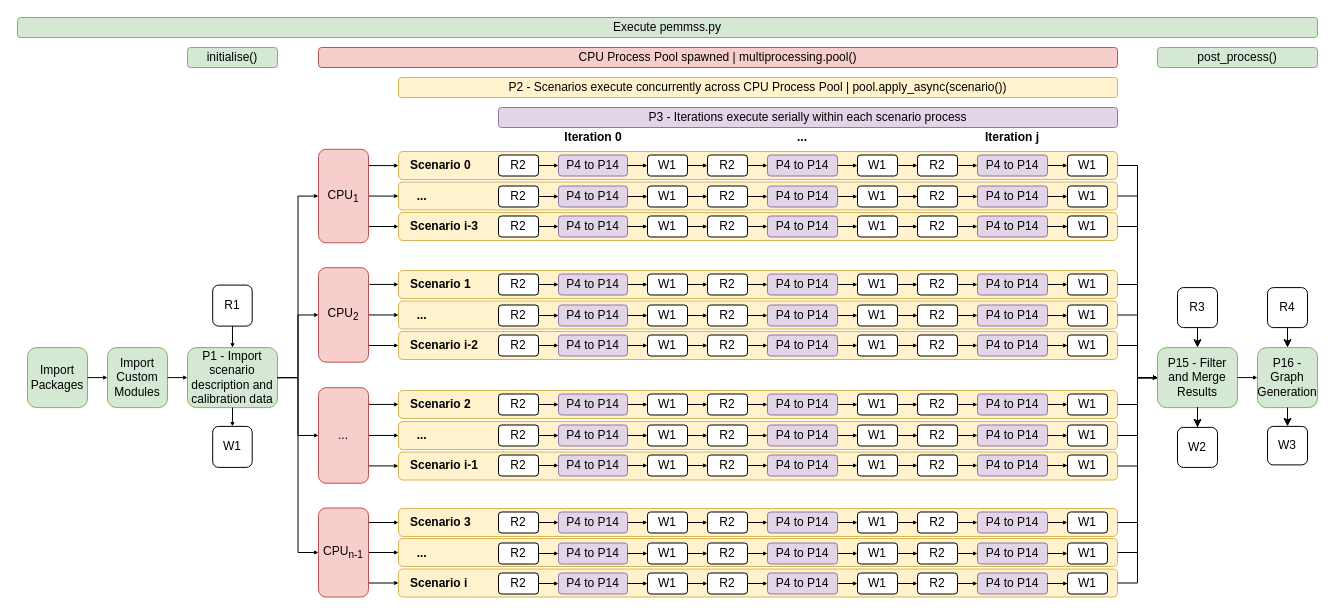
Above: page "Execution" (2 of 2) of documentation/PEMMSS_flowcharts.drawio in sanorthey/pemmss (draw.io), before the change. Source tidied: cells renumbered, new cells numbered last; positions are measured from the earlier drawing's top-left corner, leaving out a move shared by most shapes. Both pictures are drawn from the tidied source at 100%, with x=0, y=0 at pixel (17, 17).
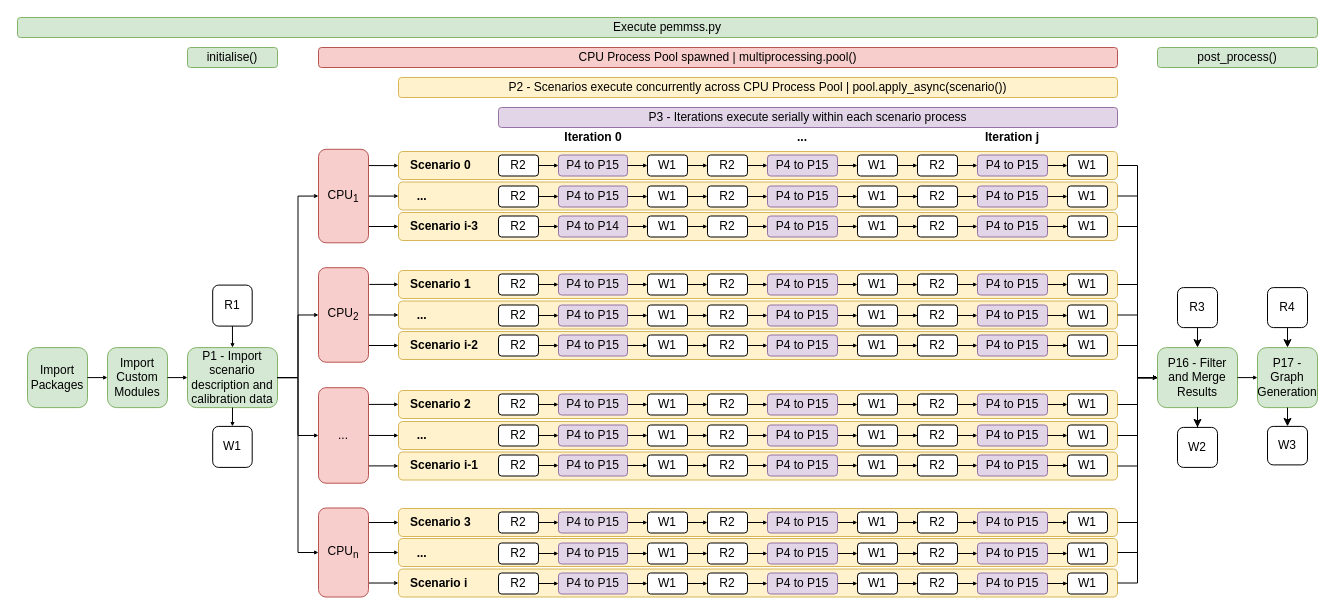
The same page after the edit.

Unchanged cells that the change refers to:
```xml
<mxCell id="55" style="group;" parent="54" vertex="1">
  <mxGeometry width="69" height="21" as="geometry" />
</mxCell>
```

Change to the diagram source:
```diff
@@
-    <mxCell id="37" value="CPU&lt;sub&gt;n-1&lt;/sub&gt;" style="rounded=1;whiteSpace=wrap;html=1;fontSize=12;glass=0;strokeWidth=1;shadow=0;fillColor=#f8cecc;strokeColor=#b85450;" parent="1" vertex="1">
+    <mxCell id="37" value="CPU&lt;sub&gt;n&lt;/sub&gt;" style="rounded=1;whiteSpace=wrap;html=1;fontSize=12;glass=0;strokeWidth=1;shadow=0;fillColor=#f8cecc;strokeColor=#b85450;" parent="1" vertex="1">
       <mxGeometry x="301" y="490.5" width="50" height="89" as="geometry" />
     </mxCell>
@@
-    <mxCell id="56" value="P4 to P14" style="rounded=1;whiteSpace=wrap;html=1;fontSize=12;glass=0;strokeWidth=1;shadow=0;fillColor=#e1d5e7;strokeColor=#9673a6;" parent="55" vertex="1">
+    <mxCell id="56" value="P4 to P15" style="rounded=1;whiteSpace=wrap;html=1;fontSize=12;glass=0;strokeWidth=1;shadow=0;fillColor=#e1d5e7;strokeColor=#9673a6;" parent="55" vertex="1">
       <mxGeometry width="69" height="21" as="geometry" />
     </mxCell>
@@
-    <mxCell id="58" value="P4 to P14" style="rounded=1;whiteSpace=wrap;html=1;fontSize=12;glass=0;strokeWidth=1;shadow=0;fillColor=#e1d5e7;strokeColor=#9673a6;" parent="1" vertex="1">
+    <mxCell id="58" value="P4 to P15" style="rounded=1;whiteSpace=wrap;html=1;fontSize=12;glass=0;strokeWidth=1;shadow=0;fillColor=#e1d5e7;strokeColor=#9673a6;" parent="1" vertex="1">
       <mxGeometry x="541" y="168.5" width="69" height="21" as="geometry" />
     </mxCell>
@@
-    <mxCell id="91" value="P4 to P14" style="rounded=1;whiteSpace=wrap;html=1;fontSize=12;glass=0;strokeWidth=1;shadow=0;fillColor=#e1d5e7;strokeColor=#9673a6;" parent="1" vertex="1">
+    <mxCell id="91" value="P4 to P15" style="rounded=1;whiteSpace=wrap;html=1;fontSize=12;glass=0;strokeWidth=1;shadow=0;fillColor=#e1d5e7;strokeColor=#9673a6;" parent="1" vertex="1">
       <mxGeometry x="960" y="198.5" width="70" height="21" as="geometry" />
     </mxCell>
-    <mxCell id="92" value="P4 to P14" style="rounded=1;whiteSpace=wrap;html=1;fontSize=12;glass=0;strokeWidth=1;shadow=0;fillColor=#e1d5e7;strokeColor=#9673a6;" parent="1" vertex="1">
+    <mxCell id="92" value="P4 to P15" style="rounded=1;whiteSpace=wrap;html=1;fontSize=12;glass=0;strokeWidth=1;shadow=0;fillColor=#e1d5e7;strokeColor=#9673a6;" parent="1" vertex="1">
       <mxGeometry x="960" y="168.5" width="70" height="21" as="geometry" />
     </mxCell>
@@
-    <mxCell id="123" value="P4 to P14" style="rounded=1;whiteSpace=wrap;html=1;fontSize=12;glass=0;strokeWidth=1;shadow=0;fillColor=#e1d5e7;strokeColor=#9673a6;" parent="1" vertex="1">
+    <mxCell id="123" value="P4 to P15" style="rounded=1;whiteSpace=wrap;html=1;fontSize=12;glass=0;strokeWidth=1;shadow=0;fillColor=#e1d5e7;strokeColor=#9673a6;" parent="1" vertex="1">
       <mxGeometry x="750" y="198.5" width="70" height="21" as="geometry" />
     </mxCell>
-    <mxCell id="124" value="P4 to P14" style="rounded=1;whiteSpace=wrap;html=1;fontSize=12;glass=0;strokeWidth=1;shadow=0;fillColor=#e1d5e7;strokeColor=#9673a6;" parent="1" vertex="1">
+    <mxCell id="124" value="P4 to P15" style="rounded=1;whiteSpace=wrap;html=1;fontSize=12;glass=0;strokeWidth=1;shadow=0;fillColor=#e1d5e7;strokeColor=#9673a6;" parent="1" vertex="1">
       <mxGeometry x="750" y="168.5" width="70" height="21" as="geometry" />
     </mxCell>
-    <mxCell id="125" value="P4 to P14" style="rounded=1;whiteSpace=wrap;html=1;fontSize=12;glass=0;strokeWidth=1;shadow=0;fillColor=#e1d5e7;strokeColor=#9673a6;" parent="1" vertex="1">
+    <mxCell id="125" value="P4 to P15" style="rounded=1;whiteSpace=wrap;html=1;fontSize=12;glass=0;strokeWidth=1;shadow=0;fillColor=#e1d5e7;strokeColor=#9673a6;" parent="1" vertex="1">
       <mxGeometry x="541" y="317.5" width="69" height="21" as="geometry" />
     </mxCell>
-    <mxCell id="126" value="P4 to P14" style="rounded=1;whiteSpace=wrap;html=1;fontSize=12;glass=0;strokeWidth=1;shadow=0;fillColor=#e1d5e7;strokeColor=#9673a6;" parent="1" vertex="1">
+    <mxCell id="126" value="P4 to P15" style="rounded=1;whiteSpace=wrap;html=1;fontSize=12;glass=0;strokeWidth=1;shadow=0;fillColor=#e1d5e7;strokeColor=#9673a6;" parent="1" vertex="1">
       <mxGeometry x="541" y="287.5" width="69" height="21" as="geometry" />
     </mxCell>
@@
-    <mxCell id="157" value="P4 to P14" style="rounded=1;whiteSpace=wrap;html=1;fontSize=12;glass=0;strokeWidth=1;shadow=0;fillColor=#e1d5e7;strokeColor=#9673a6;" parent="1" vertex="1">
+    <mxCell id="157" value="P4 to P15" style="rounded=1;whiteSpace=wrap;html=1;fontSize=12;glass=0;strokeWidth=1;shadow=0;fillColor=#e1d5e7;strokeColor=#9673a6;" parent="1" vertex="1">
       <mxGeometry x="960" y="317.5" width="70" height="21" as="geometry" />
     </mxCell>
-    <mxCell id="158" value="P4 to P14" style="rounded=1;whiteSpace=wrap;html=1;fontSize=12;glass=0;strokeWidth=1;shadow=0;fillColor=#e1d5e7;strokeColor=#9673a6;" parent="1" vertex="1">
+    <mxCell id="158" value="P4 to P15" style="rounded=1;whiteSpace=wrap;html=1;fontSize=12;glass=0;strokeWidth=1;shadow=0;fillColor=#e1d5e7;strokeColor=#9673a6;" parent="1" vertex="1">
       <mxGeometry x="960" y="287.5" width="70" height="21" as="geometry" />
     </mxCell>
@@
-    <mxCell id="189" value="P4 to P14" style="rounded=1;whiteSpace=wrap;html=1;fontSize=12;glass=0;strokeWidth=1;shadow=0;fillColor=#e1d5e7;strokeColor=#9673a6;" parent="1" vertex="1">
+    <mxCell id="189" value="P4 to P15" style="rounded=1;whiteSpace=wrap;html=1;fontSize=12;glass=0;strokeWidth=1;shadow=0;fillColor=#e1d5e7;strokeColor=#9673a6;" parent="1" vertex="1">
       <mxGeometry x="750" y="317.5" width="70" height="21" as="geometry" />
     </mxCell>
-    <mxCell id="190" value="P4 to P14" style="rounded=1;whiteSpace=wrap;html=1;fontSize=12;glass=0;strokeWidth=1;shadow=0;fillColor=#e1d5e7;strokeColor=#9673a6;" parent="1" vertex="1">
+    <mxCell id="190" value="P4 to P15" style="rounded=1;whiteSpace=wrap;html=1;fontSize=12;glass=0;strokeWidth=1;shadow=0;fillColor=#e1d5e7;strokeColor=#9673a6;" parent="1" vertex="1">
       <mxGeometry x="750" y="287.5" width="70" height="21" as="geometry" />
     </mxCell>
-    <mxCell id="191" value="P4 to P14" style="rounded=1;whiteSpace=wrap;html=1;fontSize=12;glass=0;strokeWidth=1;shadow=0;fillColor=#e1d5e7;strokeColor=#9673a6;" parent="1" vertex="1">
+    <mxCell id="191" value="P4 to P15" style="rounded=1;whiteSpace=wrap;html=1;fontSize=12;glass=0;strokeWidth=1;shadow=0;fillColor=#e1d5e7;strokeColor=#9673a6;" parent="1" vertex="1">
       <mxGeometry x="541" y="437.5" width="69" height="21" as="geometry" />
     </mxCell>
-    <mxCell id="192" value="P4 to P14" style="rounded=1;whiteSpace=wrap;html=1;fontSize=12;glass=0;strokeWidth=1;shadow=0;fillColor=#e1d5e7;strokeColor=#9673a6;" parent="1" vertex="1">
+    <mxCell id="192" value="P4 to P15" style="rounded=1;whiteSpace=wrap;html=1;fontSize=12;glass=0;strokeWidth=1;shadow=0;fillColor=#e1d5e7;strokeColor=#9673a6;" parent="1" vertex="1">
       <mxGeometry x="541" y="407.5" width="69" height="21" as="geometry" />
     </mxCell>
@@
-    <mxCell id="223" value="P4 to P14" style="rounded=1;whiteSpace=wrap;html=1;fontSize=12;glass=0;strokeWidth=1;shadow=0;fillColor=#e1d5e7;strokeColor=#9673a6;" parent="1" vertex="1">
+    <mxCell id="223" value="P4 to P15" style="rounded=1;whiteSpace=wrap;html=1;fontSize=12;glass=0;strokeWidth=1;shadow=0;fillColor=#e1d5e7;strokeColor=#9673a6;" parent="1" vertex="1">
       <mxGeometry x="960" y="437.5" width="70" height="21" as="geometry" />
     </mxCell>
-    <mxCell id="224" value="P4 to P14" style="rounded=1;whiteSpace=wrap;html=1;fontSize=12;glass=0;strokeWidth=1;shadow=0;fillColor=#e1d5e7;strokeColor=#9673a6;" parent="1" vertex="1">
+    <mxCell id="224" value="P4 to P15" style="rounded=1;whiteSpace=wrap;html=1;fontSize=12;glass=0;strokeWidth=1;shadow=0;fillColor=#e1d5e7;strokeColor=#9673a6;" parent="1" vertex="1">
       <mxGeometry x="960" y="407.5" width="70" height="21" as="geometry" />
     </mxCell>
@@
-    <mxCell id="255" value="P4 to P14" style="rounded=1;whiteSpace=wrap;html=1;fontSize=12;glass=0;strokeWidth=1;shadow=0;fillColor=#e1d5e7;strokeColor=#9673a6;" parent="1" vertex="1">
+    <mxCell id="255" value="P4 to P15" style="rounded=1;whiteSpace=wrap;html=1;fontSize=12;glass=0;strokeWidth=1;shadow=0;fillColor=#e1d5e7;strokeColor=#9673a6;" parent="1" vertex="1">
       <mxGeometry x="750" y="437.5" width="70" height="21" as="geometry" />
     </mxCell>
-    <mxCell id="256" value="P4 to P14" style="rounded=1;whiteSpace=wrap;html=1;fontSize=12;glass=0;strokeWidth=1;shadow=0;fillColor=#e1d5e7;strokeColor=#9673a6;" parent="1" vertex="1">
+    <mxCell id="256" value="P4 to P15" style="rounded=1;whiteSpace=wrap;html=1;fontSize=12;glass=0;strokeWidth=1;shadow=0;fillColor=#e1d5e7;strokeColor=#9673a6;" parent="1" vertex="1">
       <mxGeometry x="750" y="407.5" width="70" height="21" as="geometry" />
     </mxCell>
-    <mxCell id="257" value="P4 to P14" style="rounded=1;whiteSpace=wrap;html=1;fontSize=12;glass=0;strokeWidth=1;shadow=0;fillColor=#e1d5e7;strokeColor=#9673a6;" parent="1" vertex="1">
+    <mxCell id="257" value="P4 to P15" style="rounded=1;whiteSpace=wrap;html=1;fontSize=12;glass=0;strokeWidth=1;shadow=0;fillColor=#e1d5e7;strokeColor=#9673a6;" parent="1" vertex="1">
       <mxGeometry x="541" y="555.5" width="69" height="21" as="geometry" />
     </mxCell>
-    <mxCell id="258" value="P4 to P14" style="rounded=1;whiteSpace=wrap;html=1;fontSize=12;glass=0;strokeWidth=1;shadow=0;fillColor=#e1d5e7;strokeColor=#9673a6;" parent="1" vertex="1">
+    <mxCell id="258" value="P4 to P15" style="rounded=1;whiteSpace=wrap;html=1;fontSize=12;glass=0;strokeWidth=1;shadow=0;fillColor=#e1d5e7;strokeColor=#9673a6;" parent="1" vertex="1">
       <mxGeometry x="541" y="525.5" width="69" height="21" as="geometry" />
     </mxCell>
@@
-    <mxCell id="289" value="P4 to P14" style="rounded=1;whiteSpace=wrap;html=1;fontSize=12;glass=0;strokeWidth=1;shadow=0;fillColor=#e1d5e7;strokeColor=#9673a6;" parent="1" vertex="1">
+    <mxCell id="289" value="P4 to P15" style="rounded=1;whiteSpace=wrap;html=1;fontSize=12;glass=0;strokeWidth=1;shadow=0;fillColor=#e1d5e7;strokeColor=#9673a6;" parent="1" vertex="1">
       <mxGeometry x="960" y="555.5" width="70" height="21" as="geometry" />
     </mxCell>
-    <mxCell id="290" value="P4 to P14" style="rounded=1;whiteSpace=wrap;html=1;fontSize=12;glass=0;strokeWidth=1;shadow=0;fillColor=#e1d5e7;strokeColor=#9673a6;" parent="1" vertex="1">
+    <mxCell id="290" value="P4 to P15" style="rounded=1;whiteSpace=wrap;html=1;fontSize=12;glass=0;strokeWidth=1;shadow=0;fillColor=#e1d5e7;strokeColor=#9673a6;" parent="1" vertex="1">
       <mxGeometry x="960" y="525.5" width="70" height="21" as="geometry" />
     </mxCell>
@@
-    <mxCell id="321" value="P4 to P14" style="rounded=1;whiteSpace=wrap;html=1;fontSize=12;glass=0;strokeWidth=1;shadow=0;fillColor=#e1d5e7;strokeColor=#9673a6;" parent="1" vertex="1">
+    <mxCell id="321" value="P4 to P15" style="rounded=1;whiteSpace=wrap;html=1;fontSize=12;glass=0;strokeWidth=1;shadow=0;fillColor=#e1d5e7;strokeColor=#9673a6;" parent="1" vertex="1">
       <mxGeometry x="750" y="555.5" width="70" height="21" as="geometry" />
     </mxCell>
-    <mxCell id="322" value="P4 to P14" style="rounded=1;whiteSpace=wrap;html=1;fontSize=12;glass=0;strokeWidth=1;shadow=0;fillColor=#e1d5e7;strokeColor=#9673a6;" parent="1" vertex="1">
+    <mxCell id="322" value="P4 to P15" style="rounded=1;whiteSpace=wrap;html=1;fontSize=12;glass=0;strokeWidth=1;shadow=0;fillColor=#e1d5e7;strokeColor=#9673a6;" parent="1" vertex="1">
       <mxGeometry x="750" y="525.5" width="70" height="21" as="geometry" />
     </mxCell>
-    <mxCell id="323" value="P4 to P14" style="rounded=1;whiteSpace=wrap;html=1;fontSize=12;glass=0;strokeWidth=1;shadow=0;fillColor=#e1d5e7;strokeColor=#9673a6;" parent="1" vertex="1">
+    <mxCell id="323" value="P4 to P15" style="rounded=1;whiteSpace=wrap;html=1;fontSize=12;glass=0;strokeWidth=1;shadow=0;fillColor=#e1d5e7;strokeColor=#9673a6;" parent="1" vertex="1">
       <mxGeometry x="750" y="137.5" width="70" height="21" as="geometry" />
     </mxCell>
-    <mxCell id="324" value="P4 to P14" style="rounded=1;whiteSpace=wrap;html=1;fontSize=12;glass=0;strokeWidth=1;shadow=0;fillColor=#e1d5e7;strokeColor=#9673a6;" parent="1" vertex="1">
+    <mxCell id="324" value="P4 to P15" style="rounded=1;whiteSpace=wrap;html=1;fontSize=12;glass=0;strokeWidth=1;shadow=0;fillColor=#e1d5e7;strokeColor=#9673a6;" parent="1" vertex="1">
       <mxGeometry x="960" y="137.5" width="70" height="21" as="geometry" />
     </mxCell>
-    <mxCell id="325" value="P4 to P14" style="rounded=1;whiteSpace=wrap;html=1;fontSize=12;glass=0;strokeWidth=1;shadow=0;fillColor=#e1d5e7;strokeColor=#9673a6;" parent="1" vertex="1">
+    <mxCell id="325" value="P4 to P15" style="rounded=1;whiteSpace=wrap;html=1;fontSize=12;glass=0;strokeWidth=1;shadow=0;fillColor=#e1d5e7;strokeColor=#9673a6;" parent="1" vertex="1">
       <mxGeometry x="541" y="494.5" width="69" height="21" as="geometry" />
     </mxCell>
-    <mxCell id="326" value="P4 to P14" style="rounded=1;whiteSpace=wrap;html=1;fontSize=12;glass=0;strokeWidth=1;shadow=0;fillColor=#e1d5e7;strokeColor=#9673a6;" parent="1" vertex="1">
+    <mxCell id="326" value="P4 to P15" style="rounded=1;whiteSpace=wrap;html=1;fontSize=12;glass=0;strokeWidth=1;shadow=0;fillColor=#e1d5e7;strokeColor=#9673a6;" parent="1" vertex="1">
       <mxGeometry x="750" y="494.5" width="70" height="21" as="geometry" />
     </mxCell>
-    <mxCell id="327" value="P4 to P14" style="rounded=1;whiteSpace=wrap;html=1;fontSize=12;glass=0;strokeWidth=1;shadow=0;fillColor=#e1d5e7;strokeColor=#9673a6;" parent="1" vertex="1">
+    <mxCell id="327" value="P4 to P15" style="rounded=1;whiteSpace=wrap;html=1;fontSize=12;glass=0;strokeWidth=1;shadow=0;fillColor=#e1d5e7;strokeColor=#9673a6;" parent="1" vertex="1">
       <mxGeometry x="960" y="494.5" width="70" height="21" as="geometry" />
     </mxCell>
-    <mxCell id="328" value="P4 to P14" style="rounded=1;whiteSpace=wrap;html=1;fontSize=12;glass=0;strokeWidth=1;shadow=0;fillColor=#e1d5e7;strokeColor=#9673a6;" parent="1" vertex="1">
+    <mxCell id="328" value="P4 to P15" style="rounded=1;whiteSpace=wrap;html=1;fontSize=12;glass=0;strokeWidth=1;shadow=0;fillColor=#e1d5e7;strokeColor=#9673a6;" parent="1" vertex="1">
       <mxGeometry x="541" y="376.5" width="69" height="21" as="geometry" />
     </mxCell>
-    <mxCell id="329" value="P4 to P14" style="rounded=1;whiteSpace=wrap;html=1;fontSize=12;glass=0;strokeWidth=1;shadow=0;fillColor=#e1d5e7;strokeColor=#9673a6;" parent="1" vertex="1">
+    <mxCell id="329" value="P4 to P15" style="rounded=1;whiteSpace=wrap;html=1;fontSize=12;glass=0;strokeWidth=1;shadow=0;fillColor=#e1d5e7;strokeColor=#9673a6;" parent="1" vertex="1">
       <mxGeometry x="750" y="376.5" width="70" height="21" as="geometry" />
     </mxCell>
-    <mxCell id="330" value="P4 to P14" style="rounded=1;whiteSpace=wrap;html=1;fontSize=12;glass=0;strokeWidth=1;shadow=0;fillColor=#e1d5e7;strokeColor=#9673a6;" parent="1" vertex="1">
+    <mxCell id="330" value="P4 to P15" style="rounded=1;whiteSpace=wrap;html=1;fontSize=12;glass=0;strokeWidth=1;shadow=0;fillColor=#e1d5e7;strokeColor=#9673a6;" parent="1" vertex="1">
       <mxGeometry x="960" y="376.5" width="70" height="21" as="geometry" />
     </mxCell>
-    <mxCell id="331" value="P4 to P14" style="rounded=1;whiteSpace=wrap;html=1;fontSize=12;glass=0;strokeWidth=1;shadow=0;fillColor=#e1d5e7;strokeColor=#9673a6;" parent="1" vertex="1">
+    <mxCell id="331" value="P4 to P15" style="rounded=1;whiteSpace=wrap;html=1;fontSize=12;glass=0;strokeWidth=1;shadow=0;fillColor=#e1d5e7;strokeColor=#9673a6;" parent="1" vertex="1">
       <mxGeometry x="541" y="256.5" width="69" height="21" as="geometry" />
     </mxCell>
-    <mxCell id="332" value="P4 to P14" style="rounded=1;whiteSpace=wrap;html=1;fontSize=12;glass=0;strokeWidth=1;shadow=0;fillColor=#e1d5e7;strokeColor=#9673a6;" parent="1" vertex="1">
+    <mxCell id="332" value="P4 to P15" style="rounded=1;whiteSpace=wrap;html=1;fontSize=12;glass=0;strokeWidth=1;shadow=0;fillColor=#e1d5e7;strokeColor=#9673a6;" parent="1" vertex="1">
       <mxGeometry x="750" y="256.5" width="70" height="21" as="geometry" />
     </mxCell>
-    <mxCell id="333" value="P4 to P14" style="rounded=1;whiteSpace=wrap;html=1;fontSize=12;glass=0;strokeWidth=1;shadow=0;fillColor=#e1d5e7;strokeColor=#9673a6;" parent="1" vertex="1">
+    <mxCell id="333" value="P4 to P15" style="rounded=1;whiteSpace=wrap;html=1;fontSize=12;glass=0;strokeWidth=1;shadow=0;fillColor=#e1d5e7;strokeColor=#9673a6;" parent="1" vertex="1">
       <mxGeometry x="960" y="256.5" width="70" height="21" as="geometry" />
     </mxCell>
@@
-    <mxCell id="337" value="P15 - Filter and Merge Results" style="rounded=1;whiteSpace=wrap;html=1;fontSize=12;glass=0;strokeWidth=1;shadow=0;fillColor=#d5e8d4;strokeColor=#82b366;" parent="1" vertex="1">
+    <mxCell id="337" value="P16 - Filter and Merge Results" style="rounded=1;whiteSpace=wrap;html=1;fontSize=12;glass=0;strokeWidth=1;shadow=0;fillColor=#d5e8d4;strokeColor=#82b366;" parent="1" vertex="1">
       <mxGeometry x="1140" y="330.1" width="80" height="60" as="geometry" />
     </mxCell>
@@
-    <mxCell id="341" value="P16 - Graph Generation" style="rounded=1;whiteSpace=wrap;html=1;fontSize=12;glass=0;strokeWidth=1;shadow=0;fillColor=#d5e8d4;strokeColor=#82b366;" parent="1" vertex="1">
+    <mxCell id="341" value="P17 - Graph Generation" style="rounded=1;whiteSpace=wrap;html=1;fontSize=12;glass=0;strokeWidth=1;shadow=0;fillColor=#d5e8d4;strokeColor=#82b366;" parent="1" vertex="1">
       <mxGeometry x="1240" y="330.1" width="60" height="60" as="geometry" />
     </mxCell>
```
